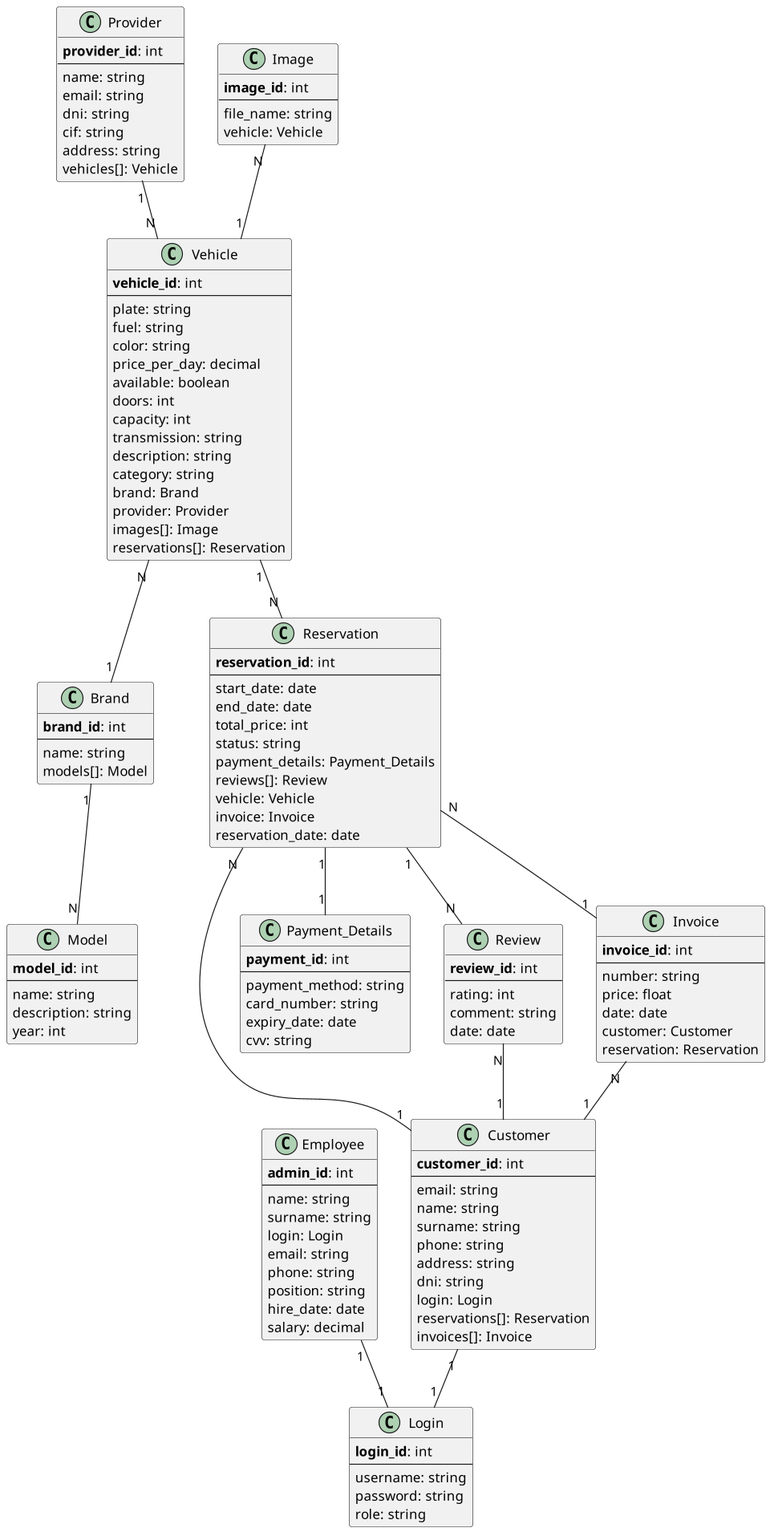
The PlantUML diagram docs/LegacyMotorsModel.png in andreuador/LegacyMotors3.0, before a commit.
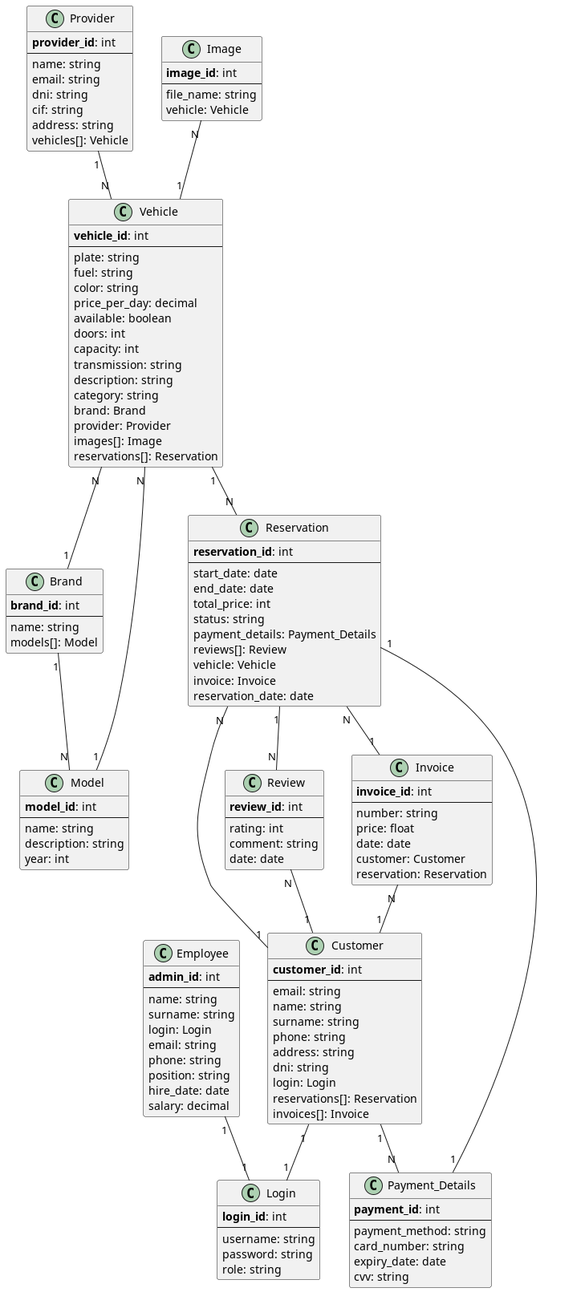
After the commit.

Commit message:
falta solucionar la creacio del vehicle en la part de back

Diff of the diagram source:
```diff
@@ -135,6 +135,7 @@
 Employee "1" -- "1" Login
 Provider "1" -- "N" Vehicle
 Vehicle "N" -- "1" Brand
+Vehicle "N" -- "1" Model
 Brand "1" -- "N" Model
 Reservation "N" -- "1" Customer
 Reservation "1" -- "1" Payment_Details
@@ -144,5 +145,6 @@
 Invoice "N" -- "1" Customer
 Reservation "N" -- "1" Invoice
 Review "N" -- "1" Customer
+Customer "1" -- "N" Payment_Details
 
 @enduml
```
